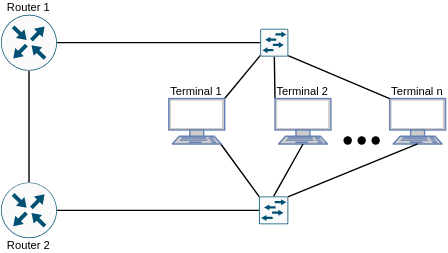
The draw.io diagram images/TAR-multi-scheme.drawio.svg in luismdsleite/QoS-Scheduling-Test, before a commit. Source tidied: cells renumbered, new cells last; positions are measured from the earlier drawing's top-left corner, leaving out a move shared by most shapes.
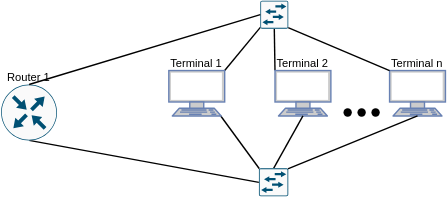
Above is the later version.

Change to the diagram source:
```diff
@@ -5,7 +5,7 @@
     <mxCell id="2" style="endArrow=none;html=1;rounded=0;exitX=0.008;exitY=0.945;exitDx=0;exitDy=0;entryX=1;entryY=0;entryDx=0;entryDy=0;entryPerimeter=0;exitPerimeter=0;" parent="1" edge="1" source="22" target="8">
       <mxGeometry relative="1" as="geometry" />
     </mxCell>
-    <mxCell id="3" style="endArrow=none;html=1;rounded=0;exitX=0.5;exitY=1;exitDx=0;exitDy=0;exitPerimeter=0;entryX=0.5;entryY=0;entryDx=0;entryDy=0;entryPerimeter=0;" parent="1" edge="1" source="6" target="7">
+    <mxCell id="3" style="endArrow=none;html=1;rounded=0;exitX=0.5;exitY=1;exitDx=0;exitDy=0;exitPerimeter=0;entryX=0;entryY=0.5;entryDx=0;entryDy=0;entryPerimeter=0;" parent="1" edge="1" source="6" target="24">
       <mxGeometry relative="1" as="geometry" />
     </mxCell>
     <mxCell id="4" style="endArrow=none;html=1;rounded=0;entryX=0.93;entryY=1;entryDx=0;entryDy=0;entryPerimeter=0;exitX=0.015;exitY=0.015;exitDx=0;exitDy=0;exitPerimeter=0;" parent="1" edge="1" source="24" target="8">
@@ -15,20 +15,14 @@
       <mxGeometry x="120" y="60" width="40" height="10" as="geometry" />
     </mxCell>
     <mxCell id="6" style="sketch=0;points=[[0.5,0,0],[1,0.5,0],[0.5,1,0],[0,0.5,0],[0.145,0.145,0],[0.8555,0.145,0],[0.855,0.8555,0],[0.145,0.855,0]];verticalLabelPosition=bottom;html=1;verticalAlign=top;align=center;shape=mxgraph.cisco19.rect;prIcon=router;fillColor=#FAFAFA;strokeColor=#005073;" parent="1" vertex="1">
-      <mxGeometry y="10" width="40" height="40" as="geometry" />
+      <mxGeometry y="80" width="40" height="40" as="geometry" />
     </mxCell>
-    <mxCell id="7" style="sketch=0;points=[[0.5,0,0],[1,0.5,0],[0.5,1,0],[0,0.5,0],[0.145,0.145,0],[0.8555,0.145,0],[0.855,0.8555,0],[0.145,0.855,0]];verticalLabelPosition=bottom;html=1;verticalAlign=top;align=center;shape=mxgraph.cisco19.rect;prIcon=router;fillColor=#FAFAFA;strokeColor=#005073;" parent="1" vertex="1">
-      <mxGeometry y="130" width="40" height="40" as="geometry" />
-    </mxCell>
     <mxCell id="8" style="fontColor=#0066CC;verticalAlign=top;verticalLabelPosition=bottom;labelPosition=center;align=center;html=1;outlineConnect=0;fillColor=#CCCCCC;strokeColor=#6881B3;gradientColor=none;gradientDirection=north;strokeWidth=2;shape=mxgraph.networks.terminal;" parent="1" vertex="1">
       <mxGeometry x="120" y="70" width="40" height="32.5" as="geometry" />
     </mxCell>
     <mxCell id="9" value="Router 1" style="text;html=1;strokeColor=none;fillColor=none;align=center;verticalAlign=middle;whiteSpace=wrap;rounded=0;fontSize=8;" parent="1" vertex="1">
-      <mxGeometry width="40" height="10" as="geometry" />
+      <mxGeometry y="70" width="40" height="10" as="geometry" />
     </mxCell>
-    <mxCell id="10" value="Router 2" style="text;html=1;strokeColor=none;fillColor=none;align=center;verticalAlign=middle;whiteSpace=wrap;rounded=0;fontSize=8;" parent="1" vertex="1">
-      <mxGeometry y="170" width="40" height="10" as="geometry" />
-    </mxCell>
     <mxCell id="11" style="endArrow=none;html=1;rounded=0;exitX=0.5;exitY=1;exitDx=0;exitDy=0;entryX=0;entryY=0;entryDx=0;entryDy=0;entryPerimeter=0;exitPerimeter=0;" parent="1" edge="1" source="22" target="13">
       <mxGeometry relative="1" as="geometry" />
     </mxCell>
@@ -65,14 +59,11 @@
     <mxCell id="22" style="sketch=0;points=[[0.015,0.015,0],[0.985,0.015,0],[0.985,0.985,0],[0.015,0.985,0],[0.25,0,0],[0.5,0,0],[0.75,0,0],[1,0.25,0],[1,0.5,0],[1,0.75,0],[0.75,1,0],[0.5,1,0],[0.25,1,0],[0,0.75,0],[0,0.5,0],[0,0.25,0]];verticalLabelPosition=bottom;html=1;verticalAlign=top;align=center;shape=mxgraph.cisco19.rect;prIcon=l2_switch;fillColor=#FAFAFA;strokeColor=#005073;" parent="1" vertex="1">
       <mxGeometry x="185.5" y="20" width="20" height="20" as="geometry" />
     </mxCell>
-    <mxCell id="23" style="endArrow=none;html=1;rounded=0;exitX=1;exitY=0.5;exitDx=0;exitDy=0;entryX=0;entryY=0.5;entryDx=0;entryDy=0;exitPerimeter=0;entryPerimeter=0;" parent="1" edge="1" source="6" target="22">
+    <mxCell id="23" style="endArrow=none;html=1;rounded=0;exitX=0.5;exitY=0;exitDx=0;exitDy=0;entryX=0;entryY=0.5;entryDx=0;entryDy=0;exitPerimeter=0;entryPerimeter=0;" parent="1" edge="1" source="6" target="22">
       <mxGeometry relative="1" as="geometry" />
     </mxCell>
     <mxCell id="24" style="sketch=0;points=[[0.015,0.015,0],[0.985,0.015,0],[0.985,0.985,0],[0.015,0.985,0],[0.25,0,0],[0.5,0,0],[0.75,0,0],[1,0.25,0],[1,0.5,0],[1,0.75,0],[0.75,1,0],[0.5,1,0],[0.25,1,0],[0,0.75,0],[0,0.5,0],[0,0.25,0]];verticalLabelPosition=bottom;html=1;verticalAlign=top;align=center;shape=mxgraph.cisco19.rect;prIcon=l2_switch;fillColor=#FAFAFA;strokeColor=#005073;" parent="1" vertex="1">
       <mxGeometry x="184.5" y="140" width="21" height="20" as="geometry" />
     </mxCell>
-    <mxCell id="25" style="endArrow=none;html=1;rounded=0;exitX=1;exitY=0.5;exitDx=0;exitDy=0;entryX=0;entryY=0.5;entryDx=0;entryDy=0;exitPerimeter=0;entryPerimeter=0;" parent="1" edge="1" source="7" target="24">
-      <mxGeometry relative="1" as="geometry" />
-    </mxCell>
   </root>
 </mxGraphModel>
```
